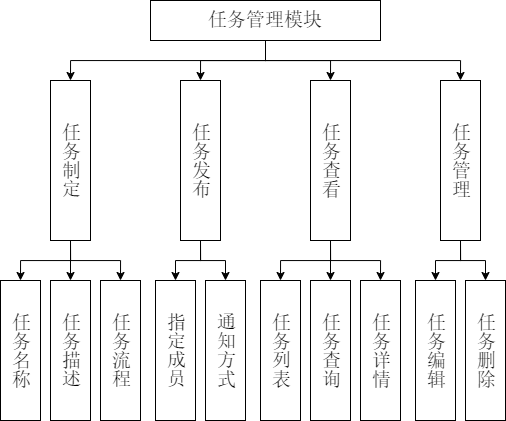
w1791105996/About-CSS3 keeps this draw.io diagram as 室外平台任务管理模块.drawio.png. Above is the earlier version. Source tidied: cells renumbered, new cells last; positions are measured from the earlier drawing's top-left corner, leaving out a move shared by most shapes.
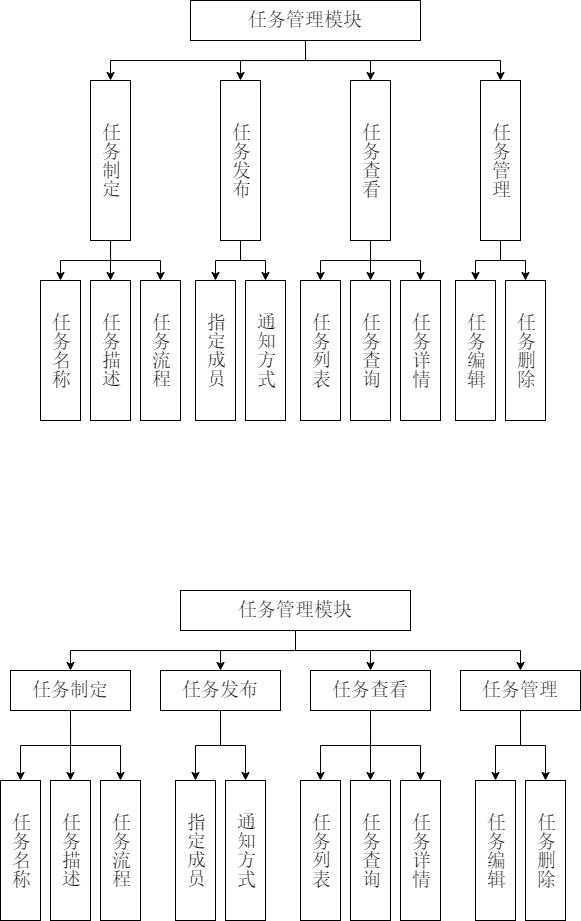
Above is the later version.

Commit message:
更新室外平台任务管理模块.drawio.png

Diff of the diagram source:
```diff
@@ -89,5 +89,92 @@
     <mxCell id="30" value="任务详情" style="rounded=0;whiteSpace=wrap;html=1;textDirection=vertical-lr;horizontal=1;fontFamily=宋体;spacingTop=0;fontSize=19;" parent="1" vertex="1">
       <mxGeometry x="360" y="280" width="40" height="140" as="geometry" />
     </mxCell>
+    <mxCell id="31" style="edgeStyle=orthogonalEdgeStyle;rounded=0;jettySize=auto;html=1;exitX=0.5;exitY=1;exitDx=0;exitDy=0;entryX=0.5;entryY=0;entryDx=0;entryDy=0;" parent="1" edge="1" source="35" target="42">
+      <mxGeometry relative="1" as="geometry" />
+    </mxCell>
+    <mxCell id="32" style="edgeStyle=orthogonalEdgeStyle;rounded=0;jettySize=auto;html=1;exitX=0.5;exitY=1;exitDx=0;exitDy=0;entryX=0.5;entryY=0;entryDx=0;entryDy=0;" parent="1" edge="1" source="35" target="39">
+      <mxGeometry relative="1" as="geometry" />
+    </mxCell>
+    <mxCell id="33" style="edgeStyle=orthogonalEdgeStyle;rounded=0;jettySize=auto;html=1;exitX=0.5;exitY=1;exitDx=0;exitDy=0;entryX=0.5;entryY=0;entryDx=0;entryDy=0;" parent="1" edge="1" source="35" target="56">
+      <mxGeometry relative="1" as="geometry" />
+    </mxCell>
+    <mxCell id="34" style="edgeStyle=orthogonalEdgeStyle;rounded=0;jettySize=auto;html=1;exitX=0.5;exitY=1;exitDx=0;exitDy=0;entryX=0.5;entryY=0;entryDx=0;entryDy=0;" parent="1" edge="1" source="35" target="45">
+      <mxGeometry relative="1" as="geometry" />
+    </mxCell>
+    <mxCell id="35" value="&lt;span style=&quot;font-size: 19px;&quot;&gt;&lt;font style=&quot;font-size: 19px;&quot;&gt;任务管理模块&lt;/font&gt;&lt;/span&gt;" style="rounded=0;whiteSpace=wrap;html=1;fontFamily=宋体;fontSize=19;" parent="1" vertex="1">
+      <mxGeometry x="140" y="590" width="230" height="40" as="geometry" />
+    </mxCell>
+    <mxCell id="36" style="edgeStyle=orthogonalEdgeStyle;rounded=0;jettySize=auto;html=1;entryX=0.5;entryY=0;entryDx=0;entryDy=0;exitX=0.5;exitY=1;exitDx=0;exitDy=0;" parent="1" edge="1" source="39" target="48">
+      <mxGeometry relative="1" as="geometry" />
+    </mxCell>
+    <mxCell id="37" style="edgeStyle=orthogonalEdgeStyle;rounded=0;jettySize=auto;html=1;exitX=0.5;exitY=1;exitDx=0;exitDy=0;entryX=0.5;entryY=0;entryDx=0;entryDy=0;" parent="1" edge="1" source="39" target="46">
+      <mxGeometry relative="1" as="geometry" />
+    </mxCell>
+    <mxCell id="38" style="edgeStyle=orthogonalEdgeStyle;rounded=0;jettySize=auto;html=1;exitX=0.5;exitY=1;exitDx=0;exitDy=0;entryX=0.5;entryY=0;entryDx=0;entryDy=0;" parent="1" edge="1" source="39" target="47">
+      <mxGeometry relative="1" as="geometry" />
+    </mxCell>
+    <mxCell id="39" value="&lt;span style=&quot;font-size: 19px;&quot;&gt;&lt;font style=&quot;font-size: 19px;&quot;&gt;任务制定&lt;/font&gt;&lt;/span&gt;" style="rounded=0;whiteSpace=wrap;html=1;horizontal=1;fontFamily=宋体;spacingTop=0;fontSize=19;" parent="1" vertex="1">
+      <mxGeometry x="-30" y="670" width="120" height="40" as="geometry" />
+    </mxCell>
+    <mxCell id="40" style="edgeStyle=orthogonalEdgeStyle;rounded=0;jettySize=auto;html=1;exitX=0.5;exitY=1;exitDx=0;exitDy=0;entryX=0.5;entryY=0;entryDx=0;entryDy=0;" parent="1" edge="1" source="42" target="49">
+      <mxGeometry relative="1" as="geometry" />
+    </mxCell>
+    <mxCell id="41" style="edgeStyle=orthogonalEdgeStyle;rounded=0;jettySize=auto;html=1;exitX=0.5;exitY=1;exitDx=0;exitDy=0;entryX=0.5;entryY=0;entryDx=0;entryDy=0;" parent="1" edge="1" source="42" target="50">
+      <mxGeometry relative="1" as="geometry" />
+    </mxCell>
+    <mxCell id="42" value="&lt;span style=&quot;font-size: 19px;&quot;&gt;&lt;font style=&quot;font-size: 19px;&quot;&gt;任务发布&lt;/font&gt;&lt;/span&gt;" style="rounded=0;whiteSpace=wrap;html=1;horizontal=1;fontFamily=宋体;spacingTop=0;fontSize=19;" parent="1" vertex="1">
+      <mxGeometry x="120" y="670" width="120" height="40" as="geometry" />
+    </mxCell>
+    <mxCell id="43" style="edgeStyle=orthogonalEdgeStyle;rounded=0;jettySize=auto;html=1;exitX=0.5;exitY=1;exitDx=0;exitDy=0;entryX=0.5;entryY=0;entryDx=0;entryDy=0;" parent="1" edge="1" source="45" target="51">
+      <mxGeometry relative="1" as="geometry" />
+    </mxCell>
+    <mxCell id="44" style="edgeStyle=orthogonalEdgeStyle;rounded=0;jettySize=auto;html=1;exitX=0.5;exitY=1;exitDx=0;exitDy=0;entryX=0.5;entryY=0;entryDx=0;entryDy=0;" parent="1" edge="1" source="45" target="52">
+      <mxGeometry relative="1" as="geometry" />
+    </mxCell>
+    <mxCell id="45" value="&lt;span style=&quot;font-size: 19px;&quot;&gt;&lt;font style=&quot;font-size: 19px;&quot;&gt;任务管理&lt;/font&gt;&lt;/span&gt;" style="rounded=0;whiteSpace=wrap;html=1;horizontal=1;fontFamily=宋体;spacingTop=0;fontSize=19;" parent="1" vertex="1">
+      <mxGeometry x="420" y="670" width="120" height="40" as="geometry" />
+    </mxCell>
+    <mxCell id="46" value="&lt;span style=&quot;font-size: 19px;&quot;&gt;&lt;font style=&quot;font-size: 19px;&quot;&gt;任务名称&lt;/font&gt;&lt;/span&gt;" style="rounded=0;whiteSpace=wrap;html=1;textDirection=vertical-lr;horizontal=1;fontFamily=宋体;spacingTop=0;fontSize=19;" parent="1" vertex="1">
+      <mxGeometry x="-40" y="780" width="40" height="140" as="geometry" />
+    </mxCell>
+    <mxCell id="47" value="&lt;span style=&quot;font-size: 19px;&quot;&gt;&lt;font style=&quot;font-size: 19px;&quot;&gt;任务流程&lt;/font&gt;&lt;/span&gt;" style="rounded=0;whiteSpace=wrap;html=1;textDirection=vertical-lr;horizontal=1;fontFamily=宋体;spacingTop=0;fontSize=19;" parent="1" vertex="1">
+      <mxGeometry x="60" y="780" width="40" height="140" as="geometry" />
+    </mxCell>
+    <mxCell id="48" value="任务描述" style="rounded=0;whiteSpace=wrap;html=1;textDirection=vertical-lr;horizontal=1;fontFamily=宋体;spacingTop=0;fontSize=19;" parent="1" vertex="1">
+      <mxGeometry x="10" y="780" width="40" height="140" as="geometry" />
+    </mxCell>
+    <mxCell id="49" value="指定成员" style="rounded=0;whiteSpace=wrap;html=1;textDirection=vertical-lr;horizontal=1;fontFamily=宋体;spacingTop=0;fontSize=19;" parent="1" vertex="1">
+      <mxGeometry x="135" y="780" width="40" height="140" as="geometry" />
+    </mxCell>
+    <mxCell id="50" value="通知方式" style="rounded=0;whiteSpace=wrap;html=1;textDirection=vertical-lr;horizontal=1;fontFamily=宋体;spacingTop=0;fontSize=19;" parent="1" vertex="1">
+      <mxGeometry x="185" y="780" width="40" height="140" as="geometry" />
+    </mxCell>
+    <mxCell id="51" value="任务编辑" style="rounded=0;whiteSpace=wrap;html=1;textDirection=vertical-lr;horizontal=1;fontFamily=宋体;spacingTop=0;fontSize=19;" parent="1" vertex="1">
+      <mxGeometry x="435" y="780" width="40" height="140" as="geometry" />
+    </mxCell>
+    <mxCell id="52" value="任务删除" style="rounded=0;whiteSpace=wrap;html=1;textDirection=vertical-lr;horizontal=1;fontFamily=宋体;spacingTop=0;fontSize=19;" parent="1" vertex="1">
+      <mxGeometry x="485" y="780" width="40" height="140" as="geometry" />
+    </mxCell>
+    <mxCell id="53" style="edgeStyle=orthogonalEdgeStyle;rounded=0;jettySize=auto;html=1;exitX=0.5;exitY=1;exitDx=0;exitDy=0;entryX=0.5;entryY=0;entryDx=0;entryDy=0;" parent="1" edge="1" source="56" target="57">
+      <mxGeometry relative="1" as="geometry" />
+    </mxCell>
+    <mxCell id="54" style="edgeStyle=orthogonalEdgeStyle;rounded=0;jettySize=auto;html=1;exitX=0.5;exitY=1;exitDx=0;exitDy=0;entryX=0.5;entryY=0;entryDx=0;entryDy=0;" parent="1" edge="1" source="56" target="58">
+      <mxGeometry relative="1" as="geometry" />
+    </mxCell>
+    <mxCell id="55" style="edgeStyle=orthogonalEdgeStyle;rounded=0;jettySize=auto;html=1;exitX=0.5;exitY=1;exitDx=0;exitDy=0;entryX=0.5;entryY=0;entryDx=0;entryDy=0;" parent="1" edge="1" source="56" target="59">
+      <mxGeometry relative="1" as="geometry" />
+    </mxCell>
+    <mxCell id="56" value="&lt;span style=&quot;font-size: 19px;&quot;&gt;&lt;font style=&quot;font-size: 19px;&quot;&gt;任务查看&lt;/font&gt;&lt;/span&gt;" style="rounded=0;whiteSpace=wrap;html=1;horizontal=1;fontFamily=宋体;spacingTop=0;fontSize=19;" parent="1" vertex="1">
+      <mxGeometry x="270" y="670" width="120" height="40" as="geometry" />
+    </mxCell>
+    <mxCell id="57" value="任务列表" style="rounded=0;whiteSpace=wrap;html=1;textDirection=vertical-lr;horizontal=1;fontFamily=宋体;spacingTop=0;fontSize=19;" parent="1" vertex="1">
+      <mxGeometry x="260" y="780" width="40" height="140" as="geometry" />
+    </mxCell>
+    <mxCell id="58" value="任务查询" style="rounded=0;whiteSpace=wrap;html=1;textDirection=vertical-lr;horizontal=1;fontFamily=宋体;spacingTop=0;fontSize=19;" parent="1" vertex="1">
+      <mxGeometry x="310" y="780" width="40" height="140" as="geometry" />
+    </mxCell>
+    <mxCell id="59" value="任务详情" style="rounded=0;whiteSpace=wrap;html=1;textDirection=vertical-lr;horizontal=1;fontFamily=宋体;spacingTop=0;fontSize=19;" parent="1" vertex="1">
+      <mxGeometry x="360" y="780" width="40" height="140" as="geometry" />
+    </mxCell>
   </root>
 </mxGraphModel>
```
